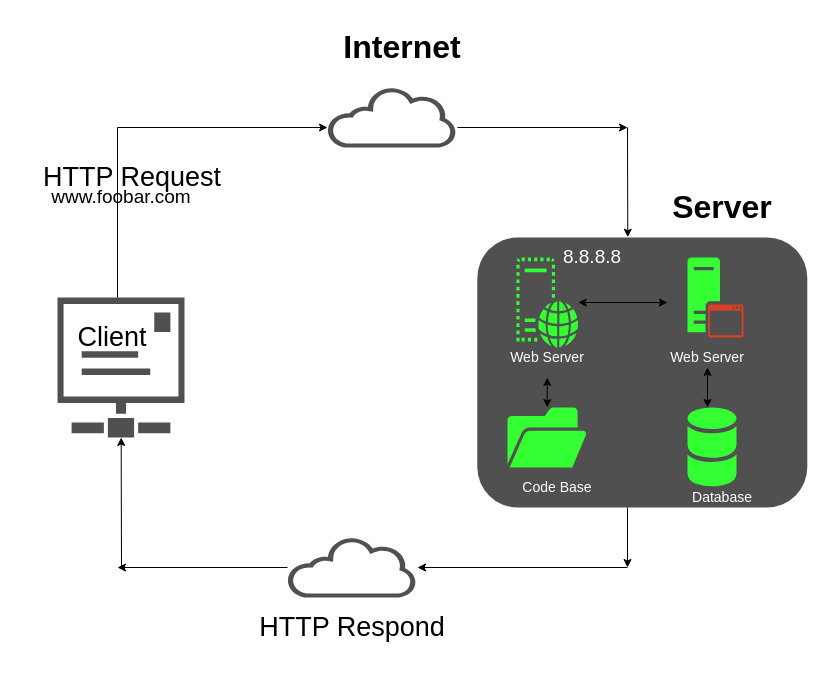
Above: 0-simple_web_stack.drawio in Franklinson/whiteboard (draw.io), before the change. Source tidied: cells renumbered, new cells numbered last; positions are measured from the earlier drawing's top-left corner, leaving out a move shared by most shapes. Both pictures are drawn from the tidied source at 100%, with x=0, y=0 at pixel (17, 17).
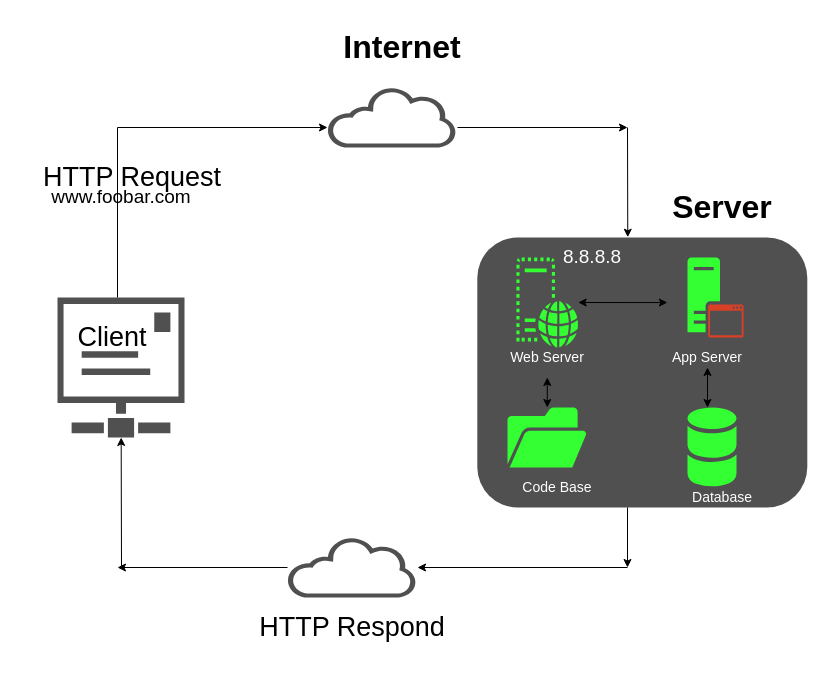
The same page after the edit.

What changed in the source:
```diff
@@
-    <mxCell id="21" value="&lt;font style=&quot;font-size: 14px;&quot;&gt;Web Server&lt;/font&gt;" style="text;align=center;html=1;verticalAlign=middle;whiteSpace=wrap;rounded=0;fontColor=#FFFFFF;" parent="1" vertex="1">
+    <mxCell id="21" value="&lt;font style=&quot;font-size: 14px;&quot;&gt;App Server&lt;/font&gt;" style="text;align=center;html=1;verticalAlign=middle;whiteSpace=wrap;rounded=0;fontColor=#FFFFFF;" parent="1" vertex="1">
       <mxGeometry x="620" y="320" width="140" height="40" as="geometry" />
     </mxCell>
```
